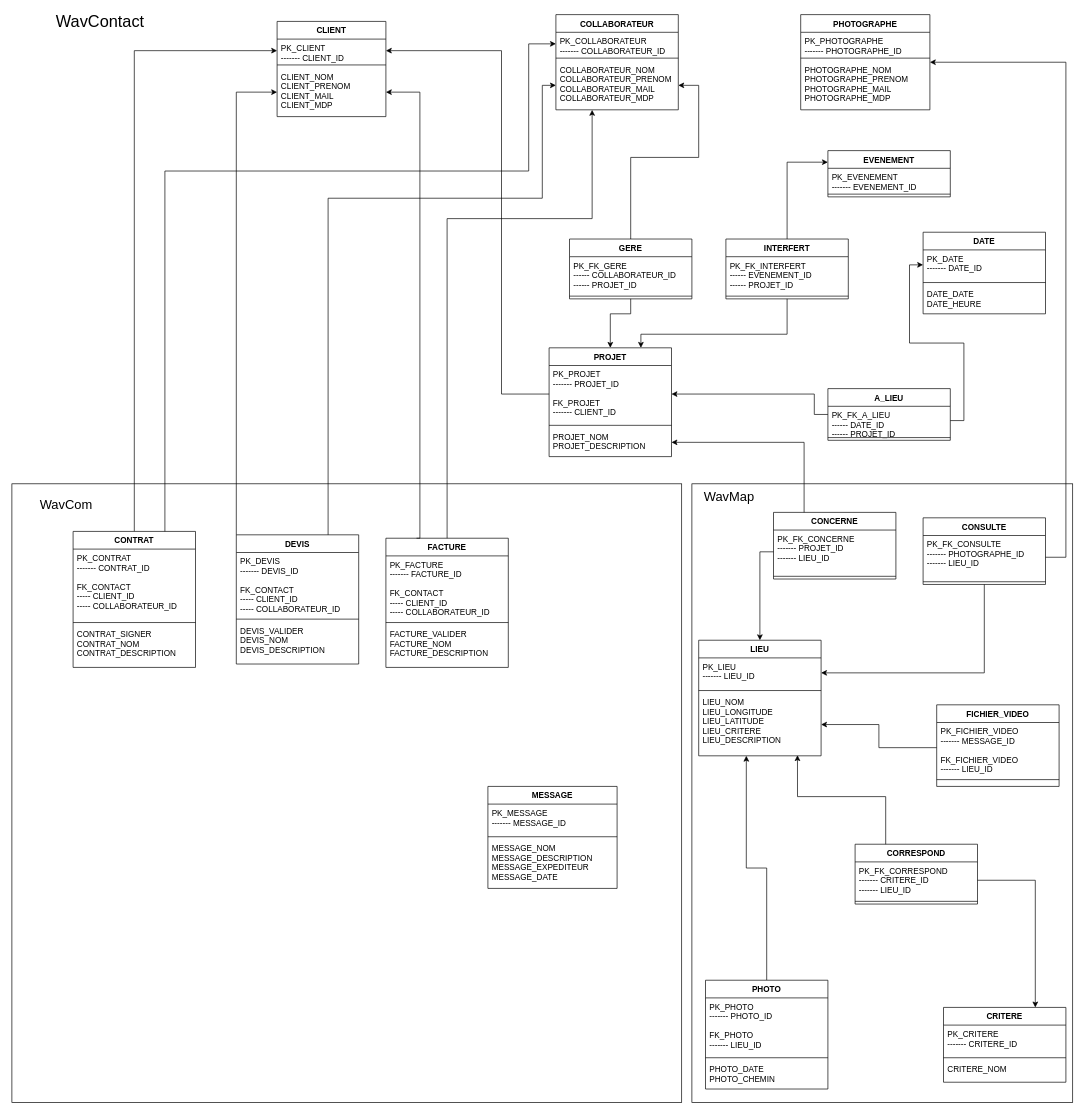
The draw.io diagram Documents/Documentation/Modélisations/MODE_BDD.drawio in ConstantinHrrmn/WavContact, before the edit. Source tidied: cells renumbered, new cells numbered last; positions are measured from the earlier drawing's top-left corner, leaving out a move shared by most shapes. Both pictures are drawn from the tidied source at 68%, with x=0, y=0 at pixel (12, 14).
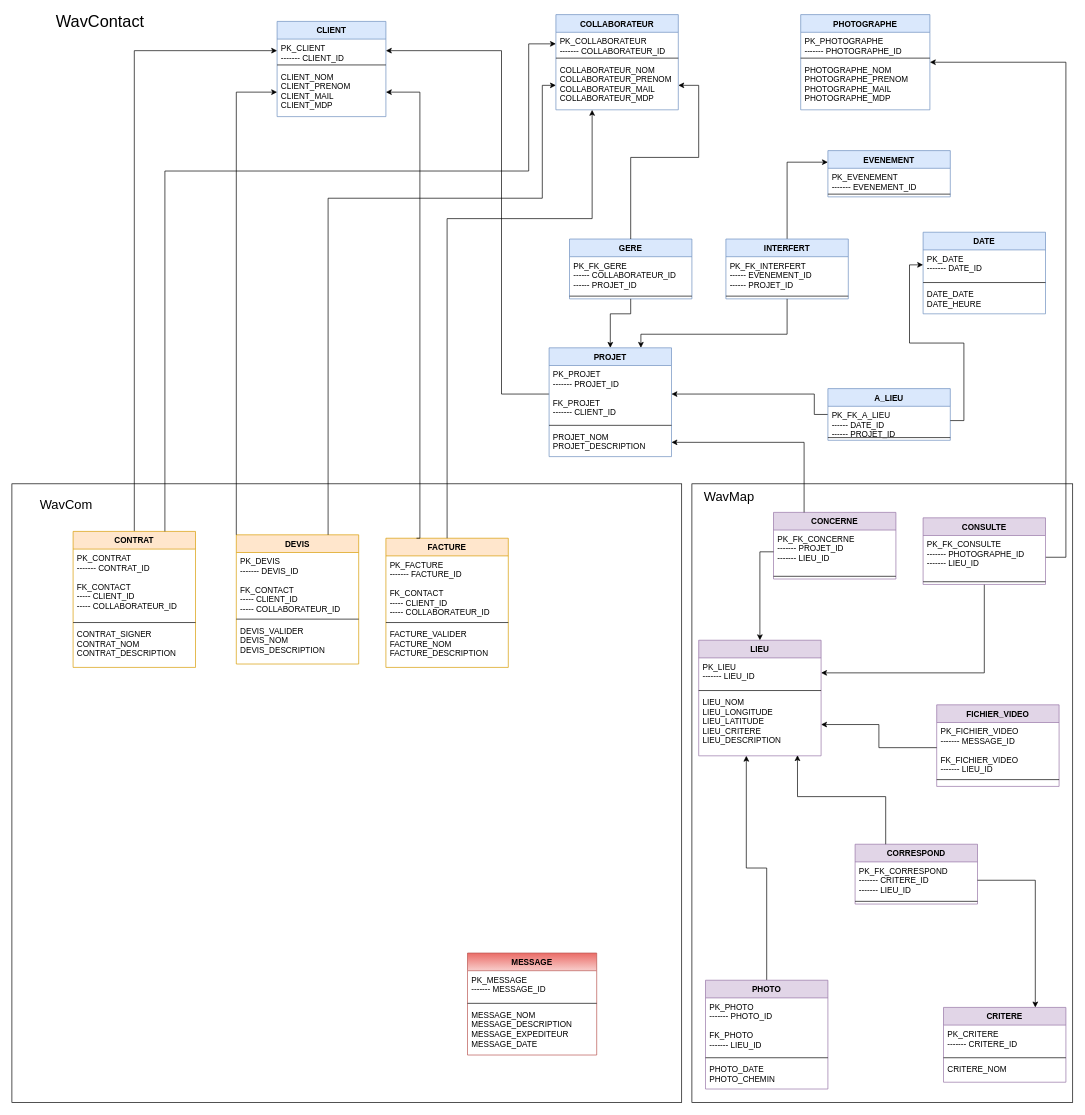
The same page after the edit.

Commit message (it also covers changes not shown here):
MODE_BDD

What changed in the source:
```diff
@@
-    <mxCell id="4" value="CLIENT" style="swimlane;fontStyle=1;align=center;verticalAlign=top;horizontal=1;startSize=26;" parent="1" vertex="1">
+    <mxCell id="4" value="CLIENT" style="swimlane;fontStyle=1;align=center;verticalAlign=top;horizontal=1;startSize=26;fillColor=#dae8fc;strokeColor=#6c8ebf;" parent="1" vertex="1">
       <mxGeometry x="390" y="10" width="160" height="140" as="geometry" />
     </mxCell>
@@
-    <mxCell id="8" value="COLLABORATEUR" style="swimlane;fontStyle=1;align=center;verticalAlign=top;horizontal=1;startSize=26;" parent="1" vertex="1">
+    <mxCell id="8" value="COLLABORATEUR" style="swimlane;fontStyle=1;align=center;verticalAlign=top;horizontal=1;startSize=26;fillColor=#dae8fc;strokeColor=#6c8ebf;" parent="1" vertex="1">
       <mxGeometry x="800" width="180" height="140" as="geometry" />
     </mxCell>
@@
-    <mxCell id="16" value="LIEU" style="swimlane;fontStyle=1;align=center;verticalAlign=top;horizontal=1;startSize=26;" parent="1" vertex="1">
+    <mxCell id="16" value="LIEU" style="swimlane;fontStyle=1;align=center;verticalAlign=top;horizontal=1;startSize=26;fillColor=#e1d5e7;strokeColor=#9673a6;" parent="1" vertex="1">
       <mxGeometry x="1010" y="920" width="180" height="170" as="geometry" />
     </mxCell>
@@
-    <mxCell id="20" value="DATE" style="swimlane;fontStyle=1;align=center;verticalAlign=top;horizontal=1;startSize=26;" parent="1" vertex="1">
+    <mxCell id="20" value="DATE" style="swimlane;fontStyle=1;align=center;verticalAlign=top;horizontal=1;startSize=26;fillColor=#dae8fc;strokeColor=#6c8ebf;" parent="1" vertex="1">
       <mxGeometry x="1340" y="320" width="180" height="120" as="geometry" />
     </mxCell>
@@
-    <mxCell id="24" value="MESSAGE" style="swimlane;fontStyle=1;align=center;verticalAlign=top;horizontal=1;startSize=26;" parent="1" vertex="1">
-      <mxGeometry x="700" y="1135" width="190" height="150" as="geometry" />
+    <mxCell id="24" value="MESSAGE" style="swimlane;fontStyle=1;align=center;verticalAlign=top;horizontal=1;startSize=26;strokeColor=#b85450;fillColor=#f8cecc;swimlaneFillColor=#ffffff;gradientDirection=north;gradientColor=#ea6b66;glass=0;rounded=0;shadow=0;sketch=0;" parent="1" vertex="1">
+      <mxGeometry x="670" y="1380" width="190" height="150" as="geometry" />
     </mxCell>
@@
-    <mxCell id="29" value="PROJET" style="swimlane;fontStyle=1;align=center;verticalAlign=top;horizontal=1;startSize=26;" parent="1" vertex="1">
+    <mxCell id="29" value="PROJET" style="swimlane;fontStyle=1;align=center;verticalAlign=top;horizontal=1;startSize=26;fillColor=#dae8fc;strokeColor=#6c8ebf;" parent="1" vertex="1">
       <mxGeometry x="790" y="490" width="180" height="160" as="geometry" />
     </mxCell>
@@
-    <mxCell id="33" value="FICHIER_VIDEO" style="swimlane;fontStyle=1;align=center;verticalAlign=top;horizontal=1;startSize=26;" parent="1" vertex="1">
+    <mxCell id="33" value="FICHIER_VIDEO" style="swimlane;fontStyle=1;align=center;verticalAlign=top;horizontal=1;startSize=26;fillColor=#e1d5e7;strokeColor=#9673a6;" parent="1" vertex="1">
       <mxGeometry x="1360" y="1015" width="180" height="120" as="geometry" />
     </mxCell>
@@
-    <mxCell id="37" value="PHOTO" style="swimlane;fontStyle=1;align=center;verticalAlign=top;horizontal=1;startSize=26;" parent="1" vertex="1">
+    <mxCell id="37" value="PHOTO" style="swimlane;fontStyle=1;align=center;verticalAlign=top;horizontal=1;startSize=26;fillColor=#e1d5e7;strokeColor=#9673a6;" parent="1" vertex="1">
       <mxGeometry x="1020" y="1420" width="180" height="160" as="geometry" />
     </mxCell>
@@
-    <mxCell id="41" value="CRITERE" style="swimlane;fontStyle=1;align=center;verticalAlign=top;horizontal=1;startSize=26;" parent="1" vertex="1">
+    <mxCell id="41" value="CRITERE" style="swimlane;fontStyle=1;align=center;verticalAlign=top;horizontal=1;startSize=26;fillColor=#e1d5e7;strokeColor=#9673a6;" parent="1" vertex="1">
       <mxGeometry x="1370" y="1460" width="180" height="110" as="geometry" />
     </mxCell>
@@
-    <mxCell id="46" value="CONTRAT" style="swimlane;fontStyle=1;align=center;verticalAlign=top;horizontal=1;startSize=26;" parent="1" vertex="1">
+    <mxCell id="46" value="CONTRAT" style="swimlane;fontStyle=1;align=center;verticalAlign=top;horizontal=1;startSize=26;fillColor=#ffe6cc;strokeColor=#d79b00;" parent="1" vertex="1">
       <mxGeometry x="90" y="760" width="180" height="200" as="geometry" />
     </mxCell>
@@
-    <mxCell id="50" value="DEVIS" style="swimlane;fontStyle=1;align=center;verticalAlign=top;horizontal=1;startSize=26;" parent="1" vertex="1">
+    <mxCell id="50" value="DEVIS" style="swimlane;fontStyle=1;align=center;verticalAlign=top;horizontal=1;startSize=26;fillColor=#ffe6cc;strokeColor=#d79b00;" parent="1" vertex="1">
       <mxGeometry x="330" y="765" width="180" height="190" as="geometry" />
     </mxCell>
@@
-    <mxCell id="54" value="FACTURE" style="swimlane;fontStyle=1;align=center;verticalAlign=top;horizontal=1;startSize=26;" parent="1" vertex="1">
+    <mxCell id="54" value="FACTURE" style="swimlane;fontStyle=1;align=center;verticalAlign=top;horizontal=1;startSize=26;fillColor=#ffe6cc;strokeColor=#d79b00;" parent="1" vertex="1">
       <mxGeometry x="550" y="770" width="180" height="190" as="geometry" />
     </mxCell>
@@
-    <mxCell id="58" value="EVENEMENT" style="swimlane;fontStyle=1;align=center;verticalAlign=top;horizontal=1;startSize=26;" parent="1" vertex="1">
+    <mxCell id="58" value="EVENEMENT" style="swimlane;fontStyle=1;align=center;verticalAlign=top;horizontal=1;startSize=26;fillColor=#dae8fc;strokeColor=#6c8ebf;" parent="1" vertex="1">
       <mxGeometry x="1200" y="200" width="180" height="68" as="geometry" />
     </mxCell>
@@
-    <mxCell id="61" value="PHOTOGRAPHE" style="swimlane;fontStyle=1;align=center;verticalAlign=top;horizontal=1;startSize=26;" parent="1" vertex="1">
+    <mxCell id="61" value="PHOTOGRAPHE" style="swimlane;fontStyle=1;align=center;verticalAlign=top;horizontal=1;startSize=26;fillColor=#dae8fc;strokeColor=#6c8ebf;" parent="1" vertex="1">
       <mxGeometry x="1160" width="190" height="140" as="geometry" />
     </mxCell>
@@
-    <mxCell id="67" value="CONSULTE" style="swimlane;fontStyle=1;align=center;verticalAlign=top;horizontal=1;startSize=26;" parent="1" vertex="1">
+    <mxCell id="67" value="CONSULTE" style="swimlane;fontStyle=1;align=center;verticalAlign=top;horizontal=1;startSize=26;fillColor=#e1d5e7;strokeColor=#9673a6;" parent="1" vertex="1">
       <mxGeometry x="1340" y="740" width="180" height="98" as="geometry" />
     </mxCell>
@@
-    <mxCell id="71" value="A_LIEU" style="swimlane;fontStyle=1;align=center;verticalAlign=top;horizontal=1;startSize=26;" parent="1" vertex="1">
+    <mxCell id="71" value="A_LIEU" style="swimlane;fontStyle=1;align=center;verticalAlign=top;horizontal=1;startSize=26;fillColor=#dae8fc;strokeColor=#6c8ebf;" parent="1" vertex="1">
       <mxGeometry x="1200" y="550" width="180" height="76" as="geometry" />
     </mxCell>
@@
-    <mxCell id="75" value="CONCERNE" style="swimlane;fontStyle=1;align=center;verticalAlign=top;horizontal=1;startSize=26;" parent="1" vertex="1">
+    <mxCell id="75" value="CONCERNE" style="swimlane;fontStyle=1;align=center;verticalAlign=top;horizontal=1;startSize=26;fillColor=#e1d5e7;strokeColor=#9673a6;" parent="1" vertex="1">
       <mxGeometry x="1120" y="732" width="180" height="98" as="geometry" />
     </mxCell>
@@
-    <mxCell id="81" value="CORRESPOND" style="swimlane;fontStyle=1;align=center;verticalAlign=top;horizontal=1;startSize=26;" parent="1" vertex="1">
+    <mxCell id="81" value="CORRESPOND" style="swimlane;fontStyle=1;align=center;verticalAlign=top;horizontal=1;startSize=26;fillColor=#e1d5e7;strokeColor=#9673a6;" parent="1" vertex="1">
       <mxGeometry x="1240" y="1220" width="180" height="88" as="geometry" />
     </mxCell>
@@
-    <mxCell id="87" value="INTERFERT" style="swimlane;fontStyle=1;align=center;verticalAlign=top;horizontal=1;startSize=26;" parent="1" vertex="1">
+    <mxCell id="87" value="INTERFERT" style="swimlane;fontStyle=1;align=center;verticalAlign=top;horizontal=1;startSize=26;fillColor=#dae8fc;strokeColor=#6c8ebf;" parent="1" vertex="1">
       <mxGeometry x="1050" y="330" width="180" height="88" as="geometry" />
     </mxCell>
@@
-    <mxCell id="91" value="GERE" style="swimlane;fontStyle=1;align=center;verticalAlign=top;horizontal=1;startSize=26;" parent="1" vertex="1">
+    <mxCell id="91" value="GERE" style="swimlane;fontStyle=1;align=center;verticalAlign=top;horizontal=1;startSize=26;fillColor=#dae8fc;strokeColor=#6c8ebf;" parent="1" vertex="1">
       <mxGeometry x="820" y="330" width="180" height="88" as="geometry" />
     </mxCell>
```
